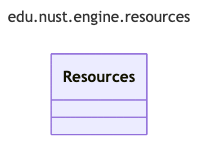
This is uml/generated/png/package_edu_nust_engine_resources.png from zombie-zero-nust/zombie-zero, a Mermaid export, as it was before one commit. Its source is kept beside it as uml/generated/mmd/package_edu_nust_engine_resources.mmd. The source it was exported from:
```mermaid
---
title: edu.nust.engine.resources
config:
  look: classic
  layout: dagre
  flowchart:
    curve: linear
  class:
    defaultRenderer: dagre-wrapper
---
classDiagram
class Resources
```
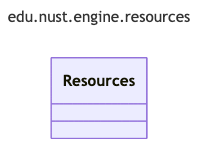
Above is the later version.

What changed in the source:
```diff
@@ -2,11 +2,11 @@
 title: edu.nust.engine.resources
 config:
   look: classic
-  layout: dagre
+  layout: elk
   flowchart:
     curve: linear
   class:
     defaultRenderer: dagre-wrapper
 ---
 classDiagram
-class Resources
+  class Resources
```
